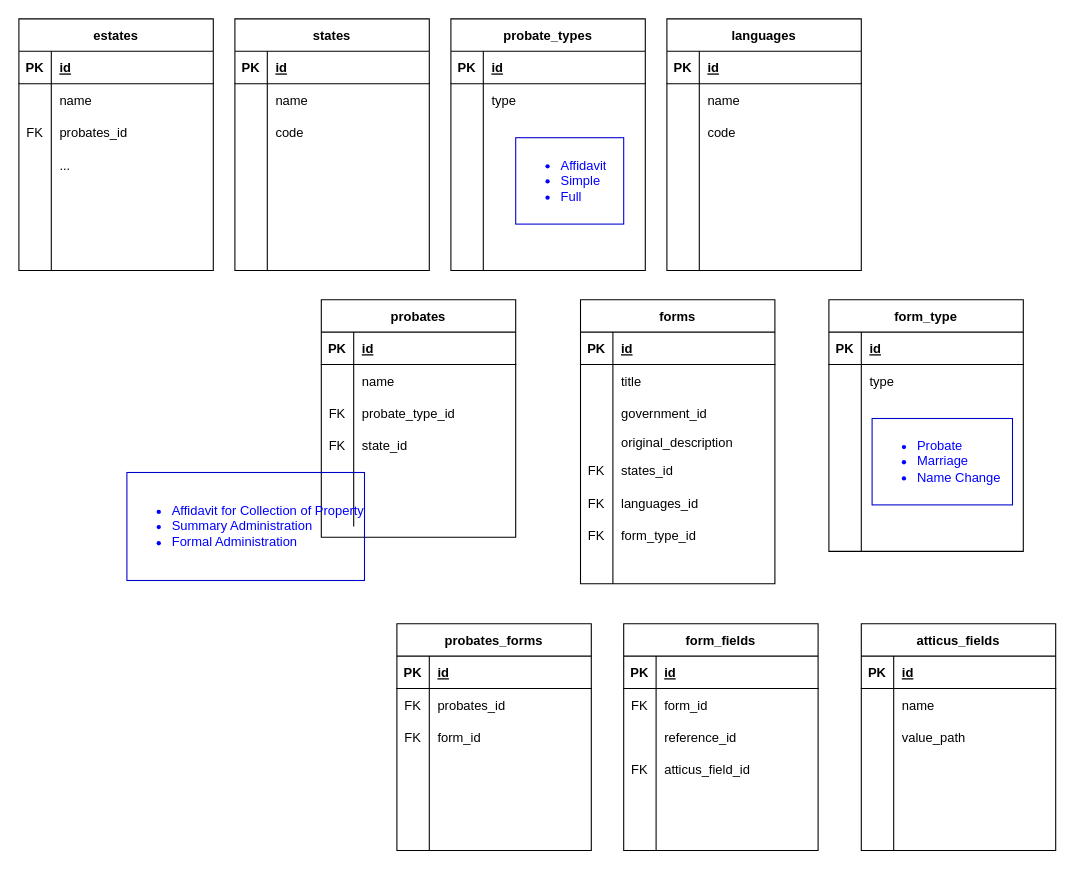
Above: ProbateNForms.drawio in stellarjaydoc/architecture (draw.io), before the change. Source tidied: cells renumbered, new cells numbered last; positions are measured from the earlier drawing's top-left corner, leaving out a move shared by most shapes. Both pictures are drawn from the tidied source at 108%, with x=0, y=0 at pixel (18, 18).
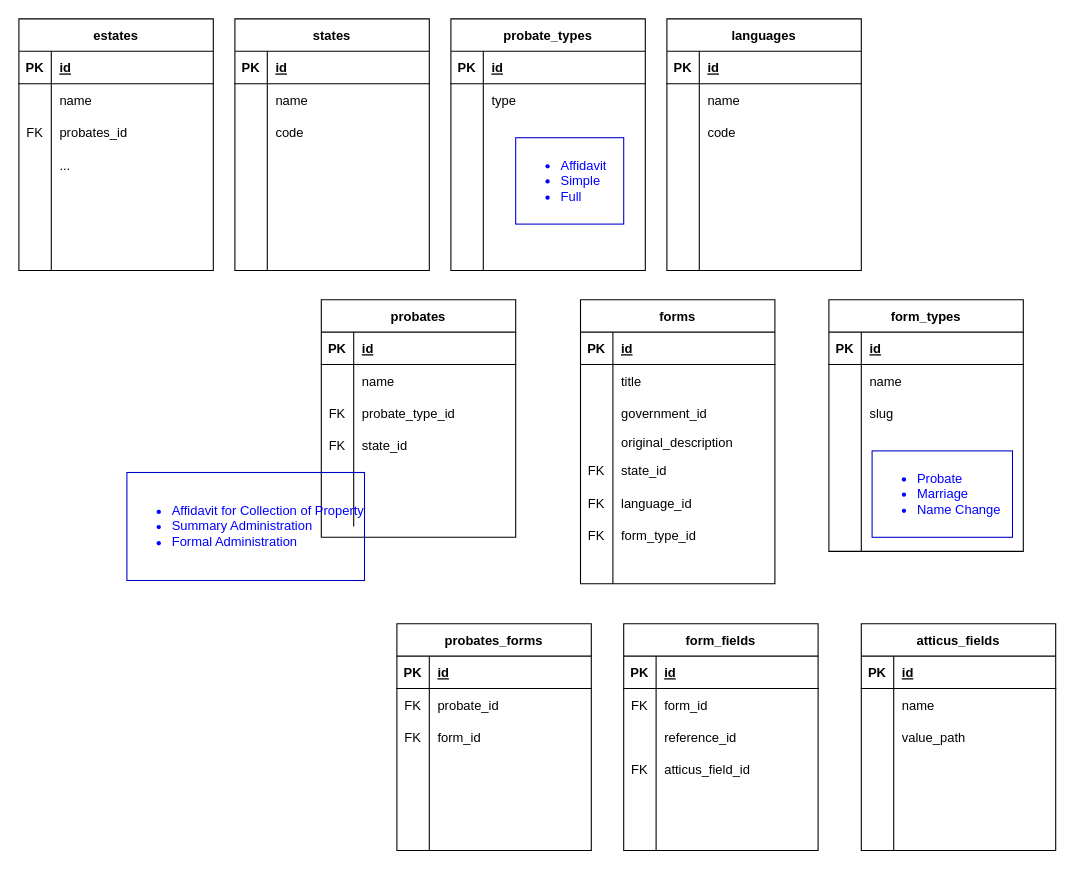
Above is the later version.

The change refers to these unchanged cells:
```xml
<mxCell id="37" style="shape=tableRow;horizontal=0;startSize=0;swimlaneHead=0;swimlaneBody=0;fillColor=none;top=0;left=0;right=0;bottom=0;" parent="24" vertex="1">
  <mxGeometry y="143" width="180" height="30" as="geometry" />
</mxCell>
<mxCell id="40" style="shape=tableRow;horizontal=0;startSize=0;swimlaneHead=0;swimlaneBody=0;fillColor=none;top=0;left=0;right=0;bottom=0;" parent="24" vertex="1">
  <mxGeometry y="173" width="180" height="30" as="geometry" />
</mxCell>
<mxCell id="116" style="shape=tableRow;horizontal=0;startSize=0;swimlaneHead=0;swimlaneBody=0;fillColor=none;top=0;left=0;right=0;bottom=0;" parent="112" vertex="1">
  <mxGeometry y="60" width="180" height="30" as="geometry" />
</mxCell>
<mxCell id="157" style="shape=tableRow;horizontal=0;startSize=0;swimlaneHead=0;swimlaneBody=0;fillColor=none;top=0;left=0;right=0;bottom=0;" parent="153" vertex="1">
  <mxGeometry y="60" width="180" height="30" as="geometry" />
</mxCell>
<mxCell id="160" style="shape=tableRow;horizontal=0;startSize=0;swimlaneHead=0;swimlaneBody=0;fillColor=none;top=0;left=0;right=0;bottom=0;" parent="153" vertex="1">
  <mxGeometry y="90" width="180" height="30" as="geometry" />
</mxCell>
```

What changed in the source:
```diff
@@
-    <mxCell id="39" value="states_id" style="shape=partialRectangle;fillColor=none;top=0;left=0;bottom=0;right=0;align=left;spacingLeft=6;fontStyle=0;overflow=hidden;" parent="37" vertex="1">
+    <mxCell id="39" value="state_id" style="shape=partialRectangle;fillColor=none;top=0;left=0;bottom=0;right=0;align=left;spacingLeft=6;fontStyle=0;overflow=hidden;" parent="37" vertex="1">
       <mxGeometry x="30" width="150" height="30" as="geometry" />
     </mxCell>
@@
-    <mxCell id="42" value="languages_id" style="shape=partialRectangle;fillColor=none;top=0;left=0;bottom=0;right=0;align=left;spacingLeft=6;fontStyle=0;overflow=hidden;" parent="40" vertex="1">
+    <mxCell id="42" value="language_id" style="shape=partialRectangle;fillColor=none;top=0;left=0;bottom=0;right=0;align=left;spacingLeft=6;fontStyle=0;overflow=hidden;" parent="40" vertex="1">
       <mxGeometry x="30" width="150" height="30" as="geometry" />
     </mxCell>
@@
-    <mxCell id="118" value="probates_id" style="shape=partialRectangle;fillColor=none;top=0;left=0;bottom=0;right=0;align=left;spacingLeft=6;fontStyle=0;overflow=hidden;" parent="116" vertex="1">
+    <mxCell id="118" value="probate_id" style="shape=partialRectangle;fillColor=none;top=0;left=0;bottom=0;right=0;align=left;spacingLeft=6;fontStyle=0;overflow=hidden;" parent="116" vertex="1">
       <mxGeometry x="30" width="150" height="30" as="geometry" />
     </mxCell>
@@
-    <mxCell id="153" value="form_type" style="shape=table;startSize=30;childLayout=tableLayout;rowLines=0;fontStyle=1;align=center;" parent="1" vertex="1">
+    <mxCell id="153" value="form_types" style="shape=table;startSize=30;childLayout=tableLayout;rowLines=0;fontStyle=1;align=center;" parent="1" vertex="1">
       <mxGeometry x="750" y="260" width="180" height="233" as="geometry" />
     </mxCell>
@@
-    <mxCell id="159" value="type" style="shape=partialRectangle;fillColor=none;top=0;left=0;bottom=0;right=0;align=left;spacingLeft=6;overflow=hidden;" parent="157" vertex="1">
+    <mxCell id="159" value="name" style="shape=partialRectangle;fillColor=none;top=0;left=0;bottom=0;right=0;align=left;spacingLeft=6;overflow=hidden;" parent="157" vertex="1">
       <mxGeometry x="30" width="150" height="30" as="geometry" />
     </mxCell>
@@
-    <mxCell id="162" style="shape=partialRectangle;fillColor=none;top=0;left=0;bottom=0;right=0;align=left;spacingLeft=6;fontStyle=0;overflow=hidden;" parent="160" vertex="1">
+    <mxCell id="162" value="slug" style="shape=partialRectangle;fillColor=none;top=0;left=0;bottom=0;right=0;align=left;spacingLeft=6;fontStyle=0;overflow=hidden;" parent="160" vertex="1">
       <mxGeometry x="30" width="150" height="30" as="geometry" />
     </mxCell>
@@
     <mxCell id="176" value="&lt;ul&gt;&lt;li&gt;Probate&lt;/li&gt;&lt;li&gt;Marriage&lt;/li&gt;&lt;li&gt;Name Change&lt;/li&gt;&lt;/ul&gt;" style="text;strokeColor=#0000CC;fillColor=none;html=1;whiteSpace=wrap;verticalAlign=middle;overflow=hidden;fontColor=#0000FF;" parent="1" vertex="1">
-      <mxGeometry x="790" y="370" width="130" height="80" as="geometry" />
+      <mxGeometry x="790" y="400" width="130" height="80" as="geometry" />
     </mxCell>
```
